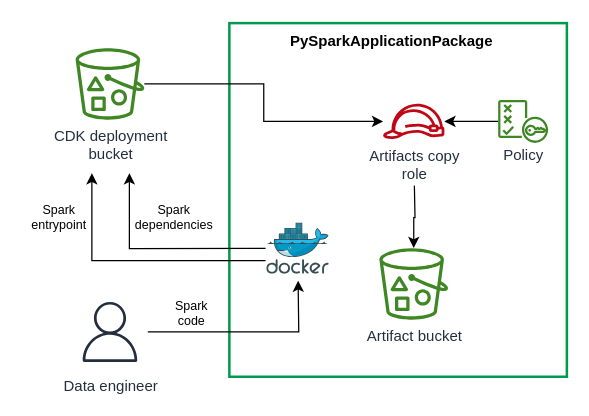
Earlier version of the draw.io diagram page "adsf-pyspark-package" (6 of 15) of website/static/img/adsf-diagrams.drawio (awslabs/data-solutions-framework-on-aws). Source tidied: cells renumbered, new cells numbered last; positions are measured from the earlier drawing's top-left corner, leaving out a move shared by most shapes. Both pictures are drawn from the tidied source at 125%, with x=0, y=0 at pixel (21, 22).
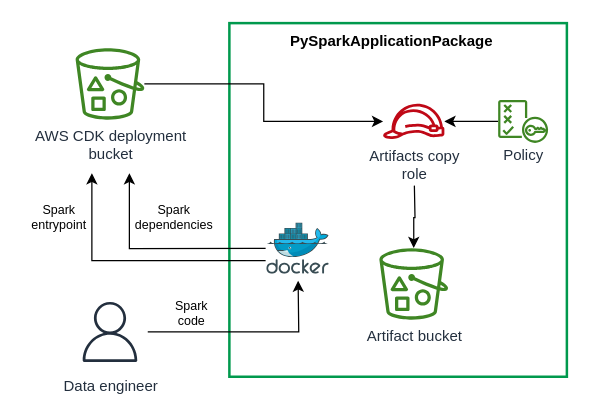
After the change.

Change to the diagram source:
```diff
@@
-    <mxCell id="6" value="CDK deployment&lt;br&gt;bucket" style="sketch=0;outlineConnect=0;fontColor=#232F3E;gradientColor=none;fillColor=#3F8624;strokeColor=none;dashed=0;verticalLabelPosition=bottom;verticalAlign=top;align=center;html=1;fontSize=12;fontStyle=0;shape=mxgraph.aws4.bucket_with_objects;" parent="1" vertex="1">
+    <mxCell id="6" value="AWS CDK deployment&lt;br&gt;bucket" style="sketch=0;outlineConnect=0;fontColor=#232F3E;gradientColor=none;fillColor=#3F8624;strokeColor=none;dashed=0;verticalLabelPosition=bottom;verticalAlign=top;align=center;html=1;fontSize=12;fontStyle=0;shape=mxgraph.aws4.bucket_with_objects;" parent="1" vertex="1">
       <mxGeometry x="43" y="20" width="55" height="57.2" as="geometry" />
     </mxCell>
```
